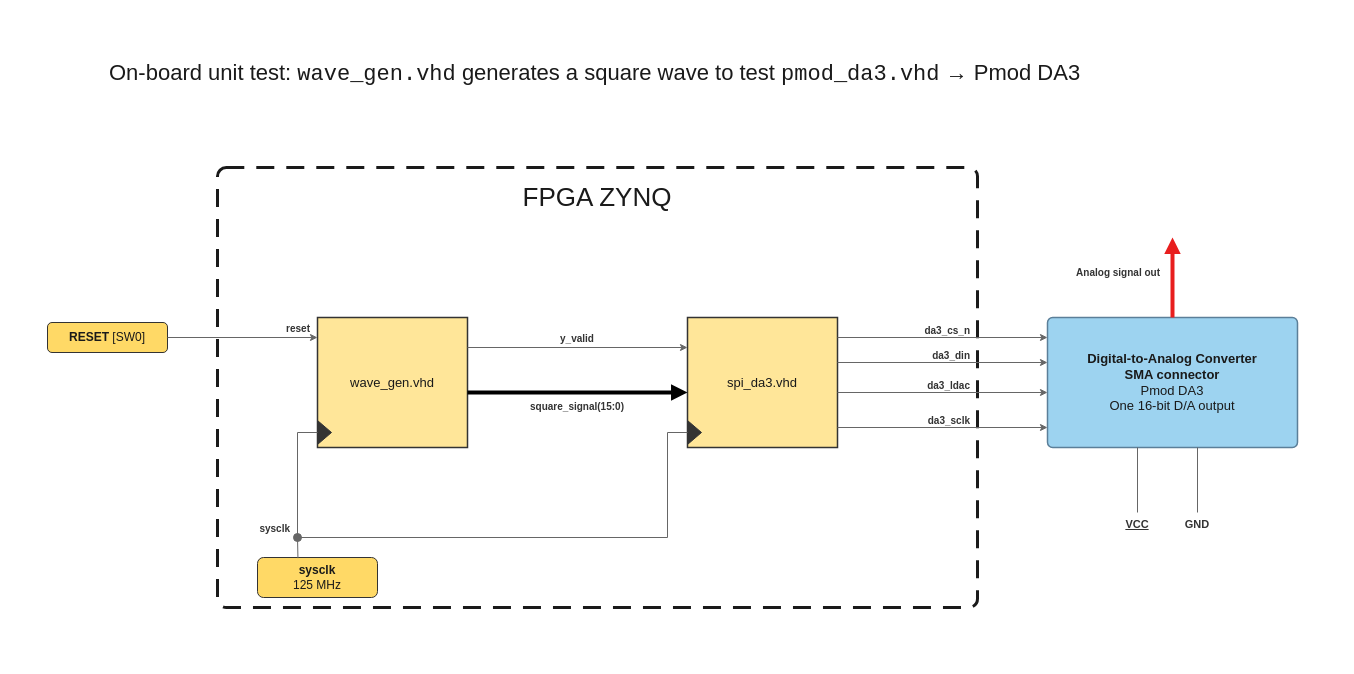
The draw.io diagram docs/img/DA3_unit_test_wave_gen.drawio in MarcG-Digital-Design/fpga-signal-processing, before the edit. Source tidied: cells renumbered, new cells numbered last; positions are measured from the earlier drawing's top-left corner, leaving out a move shared by most shapes. Both pictures are drawn from the tidied source at 100%, with x=0, y=0 at pixel (17, 17).
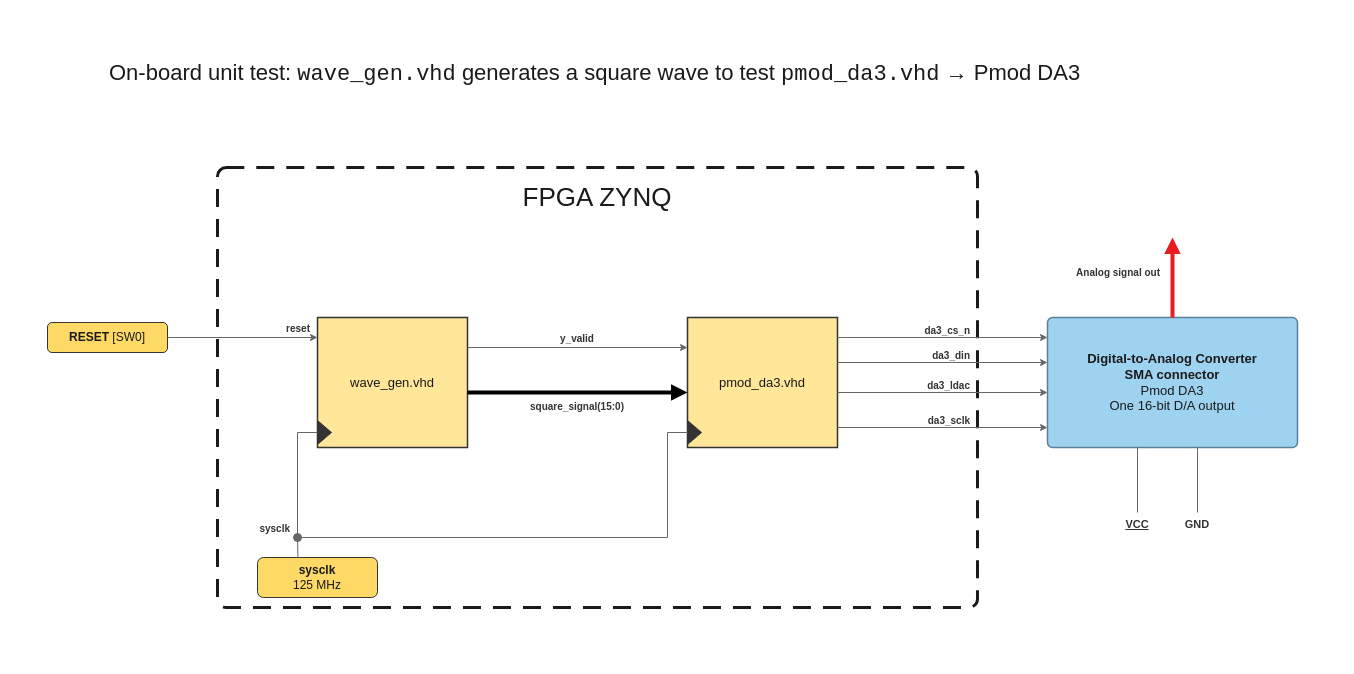
Above is the later version.

What changed in the source:
```diff
@@
-    <mxCell id="8" value="spi_da3.vhd" style="rounded=0;whiteSpace=wrap;html=1;fillColor=#FFE699;strokeColor=#333333;strokeWidth=1.5;fontSize=13;fontColor=#1A1A1A;" parent="1" vertex="1">
+    <mxCell id="8" value="pmod_da3.vhd" style="rounded=0;whiteSpace=wrap;html=1;fillColor=#FFE699;strokeColor=#333333;strokeWidth=1.5;fontSize=13;fontColor=#1A1A1A;" parent="1" vertex="1">
       <mxGeometry x="670" y="300" width="150" height="130" as="geometry" />
     </mxCell>
```
